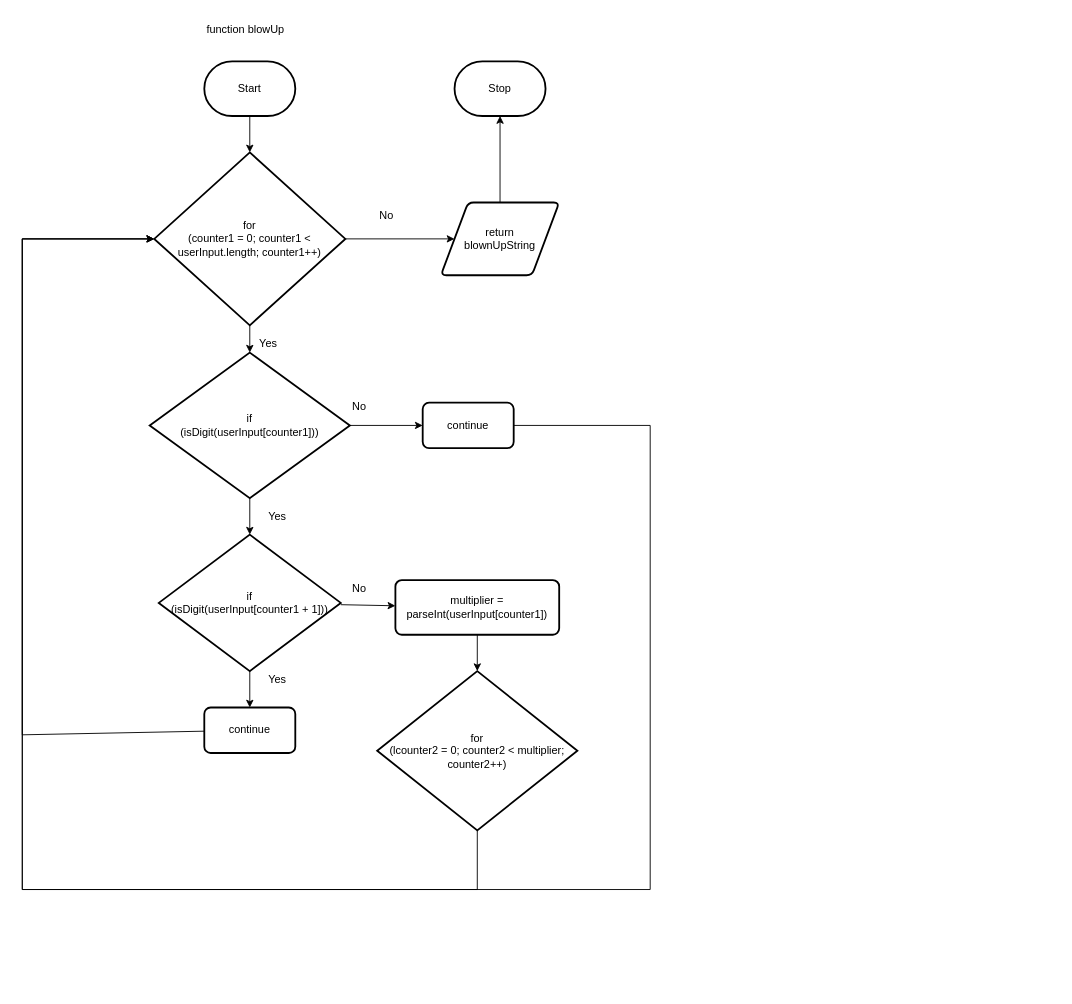
This is design/flowchart.drawio from Kenny-Le-281/ICS4U-Assignment-02, a draw.io file, before an edit. Source tidied: cells renumbered, new cells numbered last; positions are measured from the earlier drawing's top-left corner, leaving out a move shared by most shapes. Both pictures are drawn from the tidied source at 91%, with x=0, y=0 at pixel (22, 15).
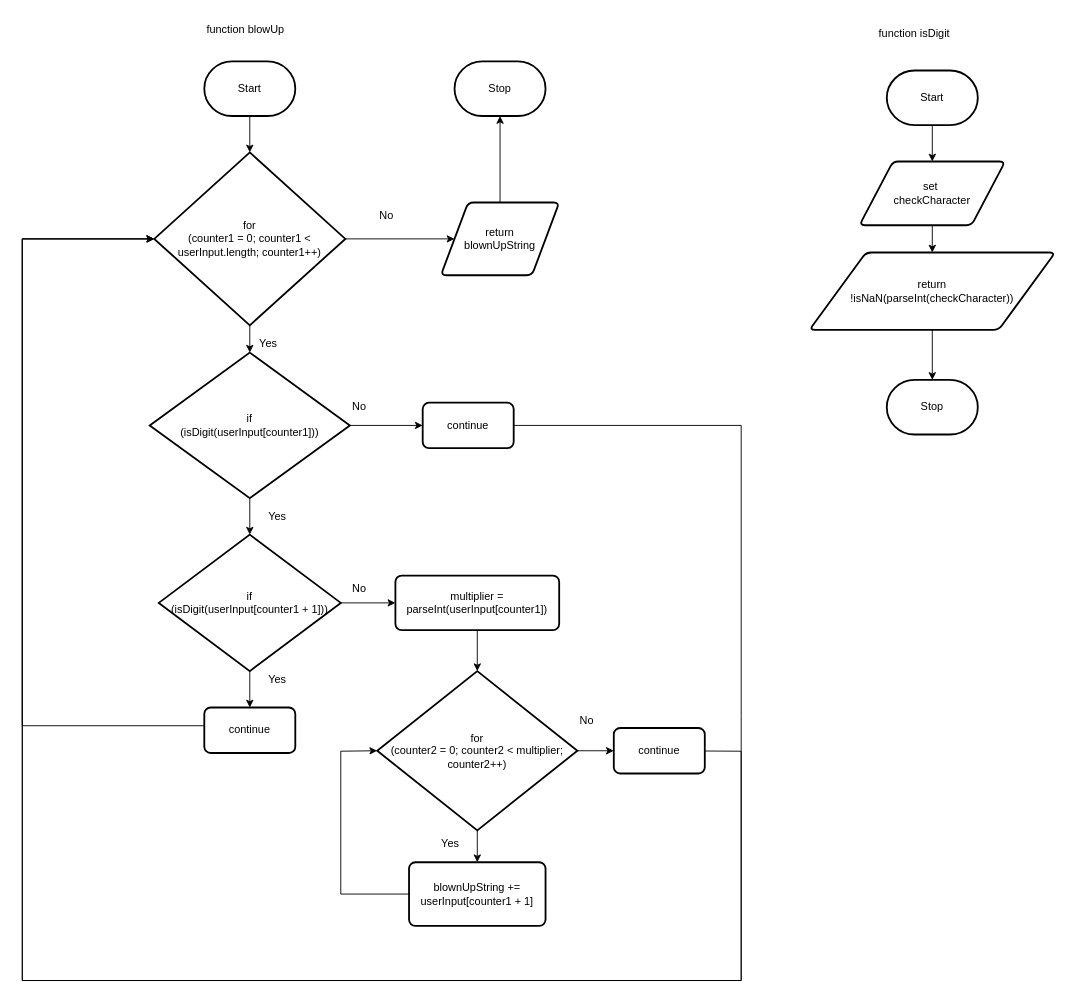
After the change.

The change refers to these unchanged cells:
```xml
<mxCell id="7" value="for &lt;br&gt;(counter1 = 0; counter1 &amp;lt; userInput.length; counter1++)" style="strokeWidth=2;html=1;shape=mxgraph.flowchart.decision;whiteSpace=wrap;" parent="1" vertex="1">
  <mxGeometry x="145" y="150" width="210" height="190" as="geometry" />
</mxCell>
<mxCell id="17" value="continue" style="rounded=1;whiteSpace=wrap;html=1;absoluteArcSize=1;arcSize=14;strokeWidth=2;" parent="1" vertex="1">
  <mxGeometry x="200" y="760" width="100" height="50" as="geometry" />
</mxCell>
<mxCell id="29" value="continue" style="rounded=1;whiteSpace=wrap;html=1;absoluteArcSize=1;arcSize=14;strokeWidth=2;" parent="1" vertex="1">
  <mxGeometry x="440" y="425" width="100" height="50" as="geometry" />
</mxCell>
```

Change to the diagram source:
```diff
@@
-    <mxCell id="16" style="edgeStyle=none;html=1;entryX=0;entryY=0.5;entryDx=0;entryDy=0;entryPerimeter=0;rounded=0;" parent="1" edge="1" source="17" target="7">
+    <mxCell id="16" style="edgeStyle=none;html=1;entryX=0;entryY=0.5;entryDx=0;entryDy=0;entryPerimeter=0;rounded=0;exitX=0;exitY=0.4;exitDx=0;exitDy=0;exitPerimeter=0;" parent="1" edge="1" source="17" target="7">
       <mxGeometry relative="1" as="geometry">
         <Array as="points">
-          <mxPoint y="790" />
+          <mxPoint y="780" />
           <mxPoint y="245" />
         </Array>
       </mxGeometry>
     </mxCell>
@@
     <mxCell id="20" value="multiplier = parseInt(userInput[counter1])" style="rounded=1;whiteSpace=wrap;html=1;absoluteArcSize=1;arcSize=14;strokeWidth=2;" parent="1" vertex="1">
-      <mxGeometry x="410" y="620" width="180" height="60" as="geometry" />
+      <mxGeometry x="410" y="615" width="180" height="60" as="geometry" />
     </mxCell>
@@
-    <mxCell id="22" style="edgeStyle=none;rounded=0;html=1;entryX=0;entryY=0.5;entryDx=0;entryDy=0;entryPerimeter=0;" parent="1" edge="1" source="23" target="7">
-      <mxGeometry relative="1" as="geometry">
-        <Array as="points">
-          <mxPoint x="500" y="960" />
-          <mxPoint y="960" />
-          <mxPoint y="245" />
-        </Array>
-      </mxGeometry>
-    </mxCell>
+    <mxCell id="31" style="edgeStyle=none;rounded=0;html=1;" parent="1" edge="1" source="23" target="34">
+      <mxGeometry relative="1" as="geometry" />
+    </mxCell>
+    <mxCell id="32" style="edgeStyle=none;rounded=0;html=1;" parent="1" edge="1" source="23" target="37">
+      <mxGeometry relative="1" as="geometry" />
+    </mxCell>
-    <mxCell id="23" value="for &lt;br&gt;(lcounter2 = 0; counter2 &amp;lt; multiplier; counter2++)" style="strokeWidth=2;html=1;shape=mxgraph.flowchart.decision;whiteSpace=wrap;" parent="1" vertex="1">
+    <mxCell id="23" value="for &lt;br&gt;(counter2 = 0; counter2 &amp;lt; multiplier; counter2++)" style="strokeWidth=2;html=1;shape=mxgraph.flowchart.decision;whiteSpace=wrap;" parent="1" vertex="1">
       <mxGeometry x="390" y="720" width="220" height="175" as="geometry" />
     </mxCell>
@@
     <mxCell id="28" style="edgeStyle=none;rounded=0;html=1;entryX=0;entryY=0.5;entryDx=0;entryDy=0;entryPerimeter=0;" parent="1" edge="1" source="29" target="7">
       <mxGeometry relative="1" as="geometry">
         <Array as="points">
-          <mxPoint x="690" y="450" />
-          <mxPoint x="690" y="960" />
-          <mxPoint y="960" />
+          <mxPoint x="790" y="450" />
+          <mxPoint x="790" y="770" />
+          <mxPoint x="790" y="1060" />
+          <mxPoint x="350" y="1060" />
+          <mxPoint y="1060" />
           <mxPoint y="245" />
         </Array>
       </mxGeometry>
     </mxCell>
@@
+    <mxCell id="33" style="edgeStyle=none;rounded=0;html=1;entryX=0;entryY=0.5;entryDx=0;entryDy=0;entryPerimeter=0;" parent="1" edge="1" source="34" target="23">
+      <mxGeometry relative="1" as="geometry">
+        <Array as="points">
+          <mxPoint x="350" y="965" />
+          <mxPoint x="350" y="808" />
+        </Array>
+      </mxGeometry>
+    </mxCell>
+    <mxCell id="34" value="blownUpString += userInput[counter1 + 1]" style="rounded=1;whiteSpace=wrap;html=1;absoluteArcSize=1;arcSize=14;strokeWidth=2;" parent="1" vertex="1">
+      <mxGeometry x="425" y="930" width="150" height="70" as="geometry" />
+    </mxCell>
+    <mxCell id="35" value="Yes" style="text;html=1;align=center;verticalAlign=middle;strokeColor=none;fillColor=none;" parent="1" vertex="1">
+      <mxGeometry x="450" y="895" width="40" height="30" as="geometry" />
+    </mxCell>
+    <mxCell id="36" style="edgeStyle=none;rounded=0;html=1;entryX=0;entryY=0.5;entryDx=0;entryDy=0;entryPerimeter=0;" parent="1" edge="1" source="37" target="7">
+      <mxGeometry relative="1" as="geometry">
+        <Array as="points">
+          <mxPoint x="790" y="808" />
+          <mxPoint x="790" y="1060" />
+          <mxPoint y="1060" />
+          <mxPoint y="245" />
+        </Array>
+      </mxGeometry>
+    </mxCell>
+    <mxCell id="37" value="continue" style="rounded=1;whiteSpace=wrap;html=1;absoluteArcSize=1;arcSize=14;strokeWidth=2;" parent="1" vertex="1">
+      <mxGeometry x="650" y="782.5" width="100" height="50" as="geometry" />
+    </mxCell>
+    <mxCell id="38" value="No" style="text;html=1;align=center;verticalAlign=middle;strokeColor=none;fillColor=none;" parent="1" vertex="1">
+      <mxGeometry x="600" y="760" width="40" height="30" as="geometry" />
+    </mxCell>
+    <mxCell id="39" value="function isDigit" style="text;html=1;align=center;verticalAlign=middle;strokeColor=none;fillColor=none;" parent="1" vertex="1">
+      <mxGeometry x="930" y="5" width="100" height="30" as="geometry" />
+    </mxCell>
+    <mxCell id="40" style="edgeStyle=none;rounded=0;html=1;entryX=0.5;entryY=0;entryDx=0;entryDy=0;" parent="1" edge="1" source="41" target="45">
+      <mxGeometry relative="1" as="geometry" />
+    </mxCell>
+    <mxCell id="41" value="set&amp;nbsp;&lt;br&gt;checkCharacter" style="shape=parallelogram;html=1;strokeWidth=2;perimeter=parallelogramPerimeter;whiteSpace=wrap;rounded=1;arcSize=12;size=0.23;" parent="1" vertex="1">
+      <mxGeometry x="920" y="160" width="160" height="70" as="geometry" />
+    </mxCell>
+    <mxCell id="42" style="edgeStyle=none;rounded=0;html=1;" parent="1" edge="1" source="43" target="41">
+      <mxGeometry relative="1" as="geometry" />
+    </mxCell>
+    <mxCell id="43" value="Start" style="strokeWidth=2;html=1;shape=mxgraph.flowchart.terminator;whiteSpace=wrap;" parent="1" vertex="1">
+      <mxGeometry x="950" y="60" width="100" height="60" as="geometry" />
+    </mxCell>
+    <mxCell id="44" style="edgeStyle=none;rounded=0;html=1;entryX=0.5;entryY=0;entryDx=0;entryDy=0;entryPerimeter=0;" parent="1" edge="1" source="45" target="46">
+      <mxGeometry relative="1" as="geometry" />
+    </mxCell>
+    <mxCell id="45" value="return &lt;br&gt;!isNaN(parseInt(checkCharacter))" style="shape=parallelogram;html=1;strokeWidth=2;perimeter=parallelogramPerimeter;whiteSpace=wrap;rounded=1;arcSize=12;size=0.23;" parent="1" vertex="1">
+      <mxGeometry x="865" y="260" width="270" height="85" as="geometry" />
+    </mxCell>
+    <mxCell id="46" value="Stop" style="strokeWidth=2;html=1;shape=mxgraph.flowchart.terminator;whiteSpace=wrap;" parent="1" vertex="1">
+      <mxGeometry x="950" y="400" width="100" height="60" as="geometry" />
+    </mxCell>
```
